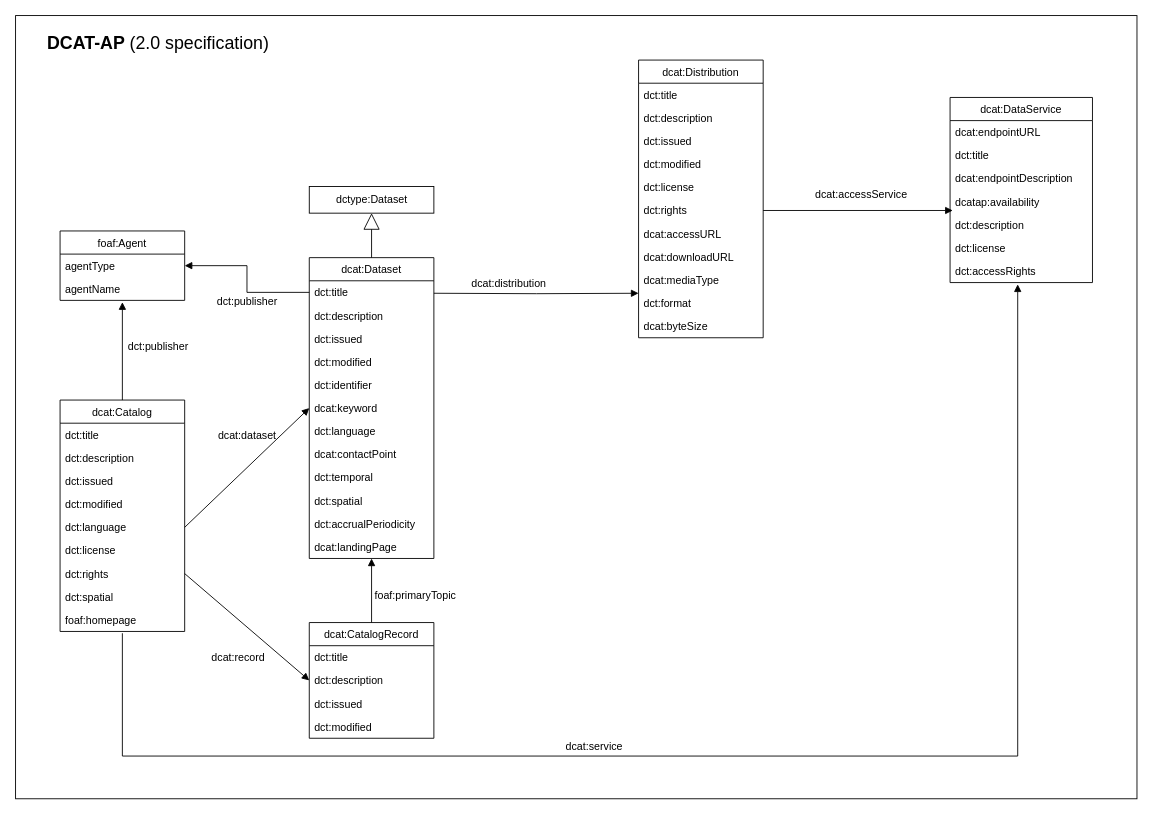
Earlier version of the draw.io diagram page "DCAT-AP" (1 of 2) of doc/SDMX to JSON-LD.drawio (flopezag/IoTAgent-Turtle). Source tidied: cells renumbered, new cells numbered last; positions are measured from the earlier drawing's top-left corner, leaving out a move shared by most shapes. Both pictures are drawn from the tidied source at 89%, with x=0, y=0 at pixel (15, 15).
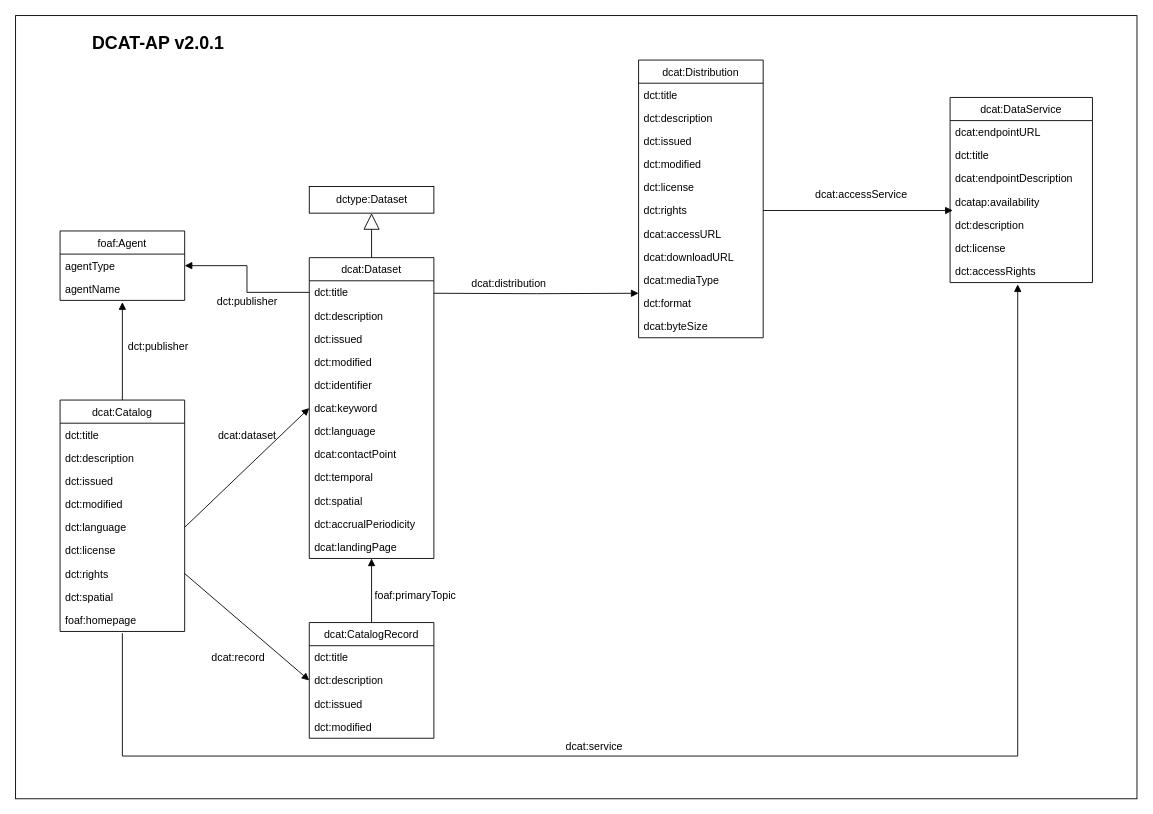
The same page after the edit.

The change refers to these unchanged cells:
```xml
<mxCell id="2" style="group;" parent="1" vertex="1">
  <mxGeometry width="1260" height="880" as="geometry" />
</mxCell>
```

The edit, as a diff of the source:
```diff
@@
-    <mxCell id="74" value="&lt;font style=&quot;font-size: 20px;&quot;&gt;&lt;b&gt;DCAT-AP &lt;/b&gt;(&lt;/font&gt;&lt;span style=&quot;font-size: 20px;&quot;&gt;2.0 specification)&lt;/span&gt;" style="text;html=1;align=center;verticalAlign=middle;strokeColor=none;fillColor=none;" parent="2" vertex="1">
-      <mxGeometry x="30" y="20" width="260" height="20" as="geometry" />
+    <mxCell id="74" value="&lt;font style=&quot;font-size: 20px;&quot;&gt;&lt;b&gt;DCAT-AP v&lt;/b&gt;&lt;/font&gt;&lt;span style=&quot;font-size: 20px;&quot;&gt;&lt;b&gt;2.0.1&lt;/b&gt;&lt;/span&gt;" style="text;html=1;align=center;verticalAlign=middle;strokeColor=none;fillColor=none;" parent="2" vertex="1">
+      <mxGeometry x="80" y="20" width="160" height="20" as="geometry" />
     </mxCell>
```
